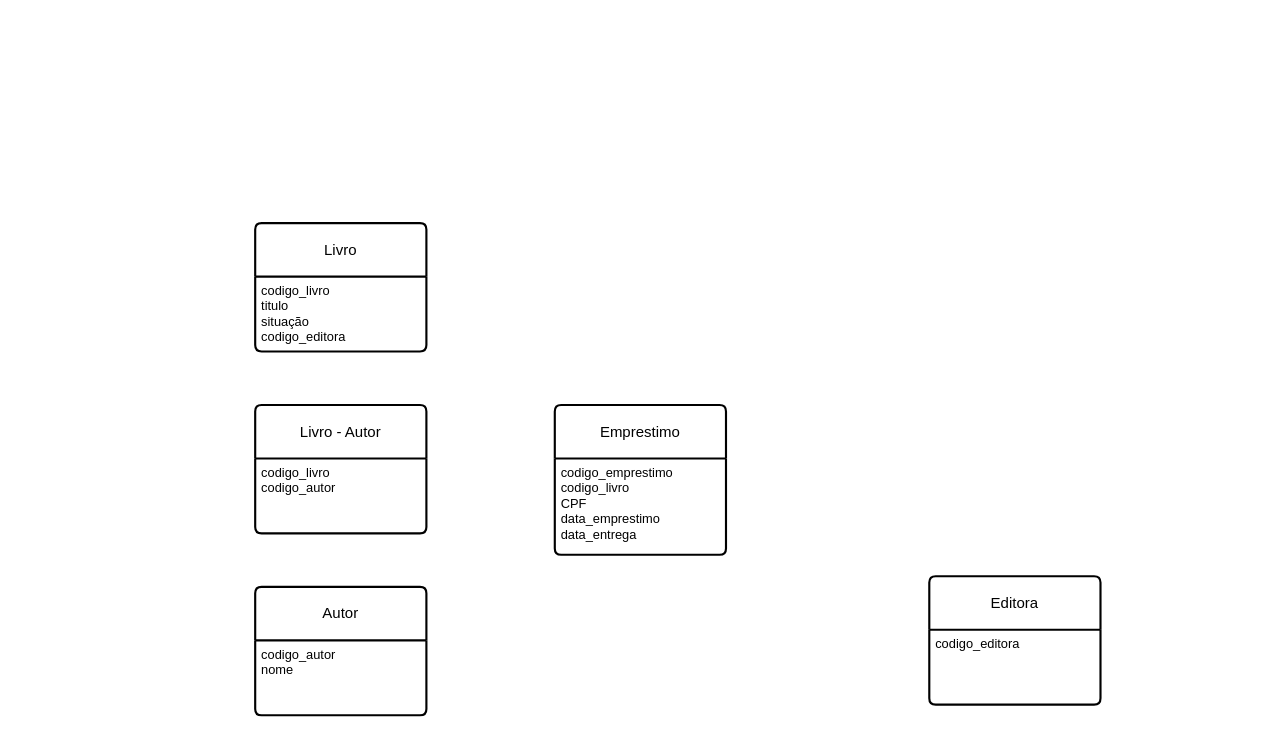
The draw.io diagram diagramas/BibliotecaVirtual.drawio in PedroAug91/PABD, before the edit. Source tidied: cells renumbered, new cells numbered last; positions are measured from the earlier drawing's top-left corner, leaving out a move shared by most shapes. Both pictures are drawn from the tidied source at 107%, with x=0, y=0 at pixel (255, 223).
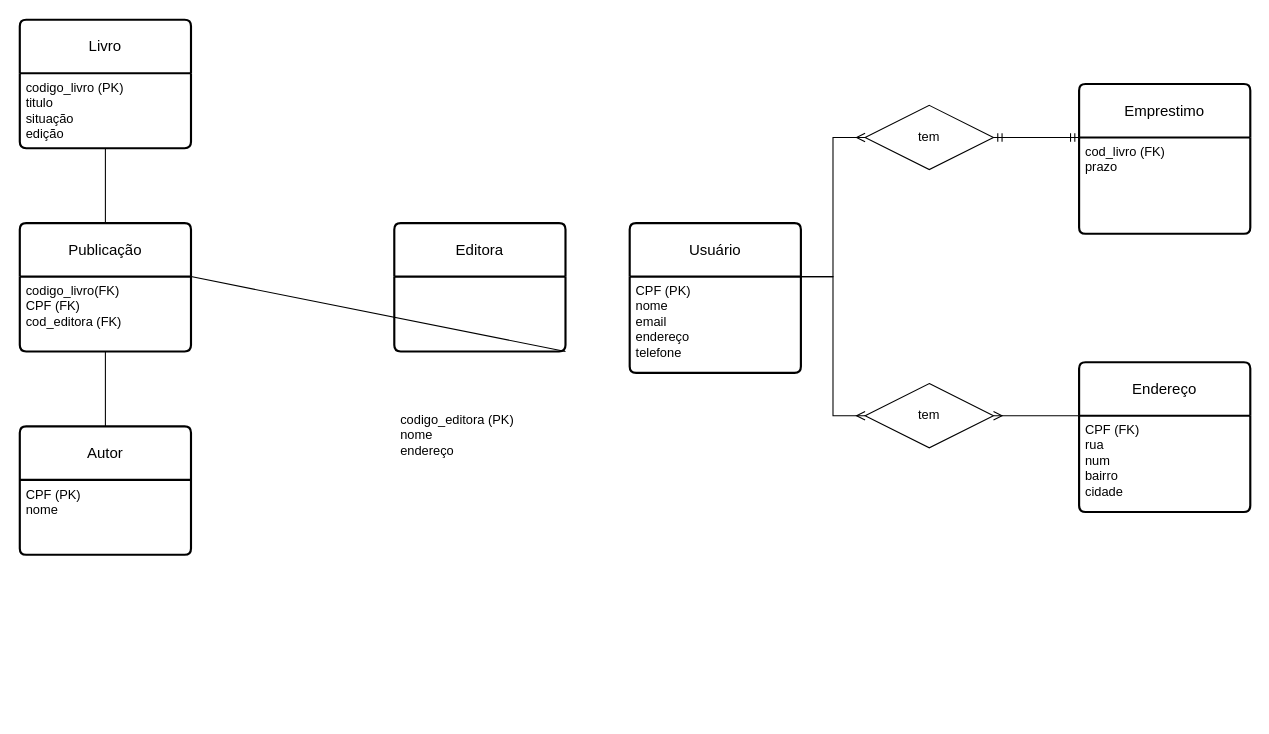
After the change.

What changed in the source:
```diff
@@
     <mxCell id="2" value="Livro" style="swimlane;horizontal=1;startSize=50;rounded=1;fontSize=14;fontStyle=0;strokeWidth=2;shadow=0;dashed=0;align=center;arcSize=4;whiteSpace=wrap;html=1;" parent="1" vertex="1">
-      <mxGeometry width="160" height="120" as="geometry" />
+      <mxGeometry x="-220" y="-190" width="160" height="120" as="geometry" />
     </mxCell>
-    <mxCell id="3" value="&lt;div&gt;codigo_livro&lt;br&gt;&lt;/div&gt;&lt;div&gt;titulo&lt;/div&gt;&lt;div&gt;situação&lt;/div&gt;&lt;div&gt;codigo_editora&lt;br&gt;&lt;/div&gt;&lt;div&gt;&lt;br&gt;&lt;/div&gt;" style="align=left;strokeColor=none;fillColor=none;spacingLeft=4;fontSize=12;verticalAlign=top;html=1;" parent="2" vertex="1">
+    <mxCell id="3" value="&lt;div&gt;codigo_livro (PK)&lt;br&gt;&lt;/div&gt;&lt;div&gt;titulo&lt;/div&gt;&lt;div&gt;situação&lt;/div&gt;&lt;div&gt;edição&lt;br&gt;&lt;/div&gt;" style="align=left;strokeColor=none;fillColor=none;spacingLeft=4;fontSize=12;verticalAlign=top;html=1;" parent="2" vertex="1">
       <mxGeometry y="50" width="160" height="70" as="geometry" />
     </mxCell>
     <mxCell id="4" value="Autor" style="swimlane;horizontal=1;startSize=50;rounded=1;fontSize=14;fontStyle=0;strokeWidth=2;shadow=0;dashed=0;align=center;arcSize=4;whiteSpace=wrap;html=1;" parent="1" vertex="1">
-      <mxGeometry y="340" width="160" height="120" as="geometry" />
+      <mxGeometry x="-220" y="190" width="160" height="120" as="geometry" />
     </mxCell>
-    <mxCell id="5" value="&lt;div&gt;codigo_autor&lt;/div&gt;&lt;div&gt;nome&lt;br&gt;&lt;/div&gt;" style="align=left;strokeColor=none;fillColor=none;spacingLeft=4;fontSize=12;verticalAlign=top;html=1;" parent="4" vertex="1">
+    <mxCell id="5" value="&lt;div&gt;CPF (PK)&lt;br&gt;&lt;/div&gt;&lt;div&gt;nome&lt;br&gt;&lt;/div&gt;" style="align=left;strokeColor=none;fillColor=none;spacingLeft=4;fontSize=12;verticalAlign=top;html=1;" parent="4" vertex="1">
       <mxGeometry y="50" width="160" height="70" as="geometry" />
     </mxCell>
     <mxCell id="6" value="Emprestimo" style="swimlane;horizontal=1;startSize=50;rounded=1;fontSize=14;fontStyle=0;strokeWidth=2;shadow=0;dashed=0;align=center;arcSize=4;whiteSpace=wrap;html=1;" parent="1" vertex="1">
-      <mxGeometry x="280" y="170" width="160" height="140" as="geometry" />
+      <mxGeometry x="770" y="-130" width="160" height="140" as="geometry" />
     </mxCell>
-    <mxCell id="7" value="&lt;div&gt;codigo_emprestimo&lt;/div&gt;&lt;div&gt;codigo_livro&lt;/div&gt;&lt;div&gt;CPF&lt;/div&gt;&lt;div&gt;data_emprestimo&lt;/div&gt;&lt;div&gt;data_entrega&lt;br&gt;&lt;/div&gt;" style="align=left;strokeColor=none;fillColor=none;spacingLeft=4;fontSize=12;verticalAlign=top;html=1;" parent="6" vertex="1">
+    <mxCell id="7" value="&lt;div&gt;cod_livro (FK)&lt;br&gt;&lt;/div&gt;&lt;div&gt;prazo&lt;br&gt;&lt;/div&gt;" style="align=left;strokeColor=none;fillColor=none;spacingLeft=4;fontSize=12;verticalAlign=top;html=1;" parent="6" vertex="1">
       <mxGeometry y="50" width="160" height="90" as="geometry" />
     </mxCell>
     <mxCell id="8" value="Editora" style="swimlane;horizontal=1;startSize=50;rounded=1;fontSize=14;fontStyle=0;strokeWidth=2;shadow=0;dashed=0;align=center;arcSize=4;whiteSpace=wrap;html=1;" parent="1" vertex="1">
-      <mxGeometry x="630" y="330" width="160" height="120" as="geometry" />
+      <mxGeometry x="130" width="160" height="120" as="geometry" />
     </mxCell>
-    <mxCell id="9" value="&lt;div&gt;codigo_editora&lt;/div&gt;&lt;div&gt;&lt;br&gt;&lt;/div&gt;" style="align=left;strokeColor=none;fillColor=none;spacingLeft=4;fontSize=12;verticalAlign=top;html=1;" parent="8" vertex="1">
-      <mxGeometry y="50" width="160" height="70" as="geometry" />
+    <mxCell id="9" value="&lt;div&gt;codigo_editora (PK)&lt;br&gt;&lt;/div&gt;&lt;div&gt;nome&lt;/div&gt;&lt;div&gt;endereço&lt;br&gt;&lt;/div&gt;" style="align=left;strokeColor=none;fillColor=none;spacingLeft=4;fontSize=12;verticalAlign=top;html=1;" parent="8" vertex="1">
+      <mxGeometry y="170" width="160" height="-50" as="geometry" />
     </mxCell>
-    <mxCell id="10" value="Livro - Autor" style="swimlane;horizontal=1;startSize=50;rounded=1;fontSize=14;fontStyle=0;strokeWidth=2;shadow=0;dashed=0;align=center;arcSize=4;whiteSpace=wrap;html=1;" parent="1" vertex="1">
-      <mxGeometry y="170" width="160" height="120" as="geometry" />
+    <mxCell id="10" value="Publicação" style="swimlane;horizontal=1;startSize=50;rounded=1;fontSize=14;fontStyle=0;strokeWidth=2;shadow=0;dashed=0;align=center;arcSize=4;whiteSpace=wrap;html=1;" parent="1" vertex="1">
+      <mxGeometry x="-220" width="160" height="120" as="geometry" />
     </mxCell>
-    <mxCell id="11" value="&lt;div&gt;codigo_livro&lt;/div&gt;&lt;div&gt;codigo_autor&lt;br&gt;&lt;/div&gt;" style="align=left;strokeColor=none;fillColor=none;spacingLeft=4;fontSize=12;verticalAlign=top;html=1;" parent="10" vertex="1">
+    <mxCell id="11" value="&lt;div&gt;codigo_livro(FK)&lt;/div&gt;&lt;div&gt;CPF (FK)&lt;/div&gt;&lt;div&gt;cod_editora (FK)&lt;/div&gt;" style="align=left;strokeColor=none;fillColor=none;spacingLeft=4;fontSize=12;verticalAlign=top;html=1;" parent="10" vertex="1">
       <mxGeometry y="50" width="160" height="70" as="geometry" />
     </mxCell>
+    <mxCell id="12" value="Endereço" style="swimlane;horizontal=1;startSize=50;rounded=1;fontSize=14;fontStyle=0;strokeWidth=2;shadow=0;dashed=0;align=center;arcSize=4;whiteSpace=wrap;html=1;" parent="1" vertex="1">
+      <mxGeometry x="770" y="130" width="160" height="140" as="geometry" />
+    </mxCell>
+    <mxCell id="13" value="&lt;div&gt;CPF (FK)&lt;/div&gt;&lt;div&gt;rua&lt;/div&gt;&lt;div&gt;num&lt;/div&gt;&lt;div&gt;bairro&lt;/div&gt;&lt;div&gt;cidade&lt;br&gt;&lt;/div&gt;&lt;div&gt;&lt;br&gt;&lt;/div&gt;" style="align=left;strokeColor=none;fillColor=none;spacingLeft=4;fontSize=12;verticalAlign=top;html=1;" parent="12" vertex="1">
+      <mxGeometry y="50" width="160" height="90" as="geometry" />
+    </mxCell>
+    <mxCell id="14" value="Usuário" style="swimlane;horizontal=1;startSize=50;rounded=1;fontSize=14;fontStyle=0;strokeWidth=2;shadow=0;dashed=0;align=center;arcSize=4;whiteSpace=wrap;html=1;" parent="1" vertex="1">
+      <mxGeometry x="350" width="160" height="140" as="geometry" />
+    </mxCell>
+    <mxCell id="15" value="&lt;div&gt;CPF (PK)&lt;/div&gt;&lt;div&gt;nome&lt;/div&gt;&lt;div&gt;email&lt;/div&gt;&lt;div&gt;endereço&lt;/div&gt;&lt;div&gt;telefone&lt;br&gt;&lt;/div&gt;" style="align=left;strokeColor=none;fillColor=none;spacingLeft=4;fontSize=12;verticalAlign=top;html=1;" parent="14" vertex="1">
+      <mxGeometry y="50" width="160" height="90" as="geometry" />
+    </mxCell>
+    <mxCell id="16" style="endArrow=none;html=1;rounded=0;exitX=0.5;exitY=1;exitDx=0;exitDy=0;entryX=0.5;entryY=0;entryDx=0;entryDy=0;" parent="1" edge="1" source="11" target="4">
+      <mxGeometry relative="1" as="geometry" />
+    </mxCell>
+    <mxCell id="17" style="endArrow=none;html=1;rounded=0;exitX=0.5;exitY=1;exitDx=0;exitDy=0;entryX=0.5;entryY=0;entryDx=0;entryDy=0;" parent="1" edge="1" source="3" target="10">
+      <mxGeometry relative="1" as="geometry" />
+    </mxCell>
+    <mxCell id="18" style="endArrow=none;html=1;rounded=0;exitX=1;exitY=0;exitDx=0;exitDy=0;entryX=0;entryY=0;entryDx=0;entryDy=0;" parent="1" edge="1" source="11" target="9">
+      <mxGeometry relative="1" as="geometry" />
+    </mxCell>
+    <mxCell id="19" style="edgeStyle=entityRelationEdgeStyle;fontSize=12;html=1;endArrow=ERmany;rounded=0;entryX=0;entryY=0.5;entryDx=0;entryDy=0;exitX=1;exitY=0;exitDx=0;exitDy=0;" parent="1" edge="1" source="15" target="22">
+      <mxGeometry relative="1" as="geometry" />
+    </mxCell>
+    <mxCell id="20" value="tem" style="shape=rhombus;perimeter=rhombusPerimeter;whiteSpace=wrap;html=1;align=center;" parent="1" vertex="1">
+      <mxGeometry x="570" y="-110" width="120" height="60" as="geometry" />
+    </mxCell>
+    <mxCell id="21" style="edgeStyle=entityRelationEdgeStyle;fontSize=12;html=1;endArrow=ERmany;rounded=0;entryX=0;entryY=0.5;entryDx=0;entryDy=0;exitX=1;exitY=0;exitDx=0;exitDy=0;" parent="1" edge="1" source="15" target="20">
+      <mxGeometry relative="1" as="geometry" />
+    </mxCell>
+    <mxCell id="22" value="tem" style="shape=rhombus;perimeter=rhombusPerimeter;whiteSpace=wrap;html=1;align=center;" parent="1" vertex="1">
+      <mxGeometry x="570" y="150" width="120" height="60" as="geometry" />
+    </mxCell>
+    <mxCell id="23" style="edgeStyle=entityRelationEdgeStyle;fontSize=12;html=1;endArrow=ERmandOne;startArrow=ERmandOne;rounded=0;entryX=0;entryY=0;entryDx=0;entryDy=0;exitX=1;exitY=0.5;exitDx=0;exitDy=0;" parent="1" edge="1" source="20" target="7">
+      <mxGeometry relative="1" as="geometry" />
+    </mxCell>
+    <mxCell id="24" style="edgeStyle=entityRelationEdgeStyle;fontSize=12;html=1;endArrow=ERmany;rounded=0;exitX=0;exitY=0;exitDx=0;exitDy=0;entryX=1;entryY=0.5;entryDx=0;entryDy=0;" parent="1" edge="1" source="13" target="22">
+      <mxGeometry relative="1" as="geometry" />
+    </mxCell>
```
